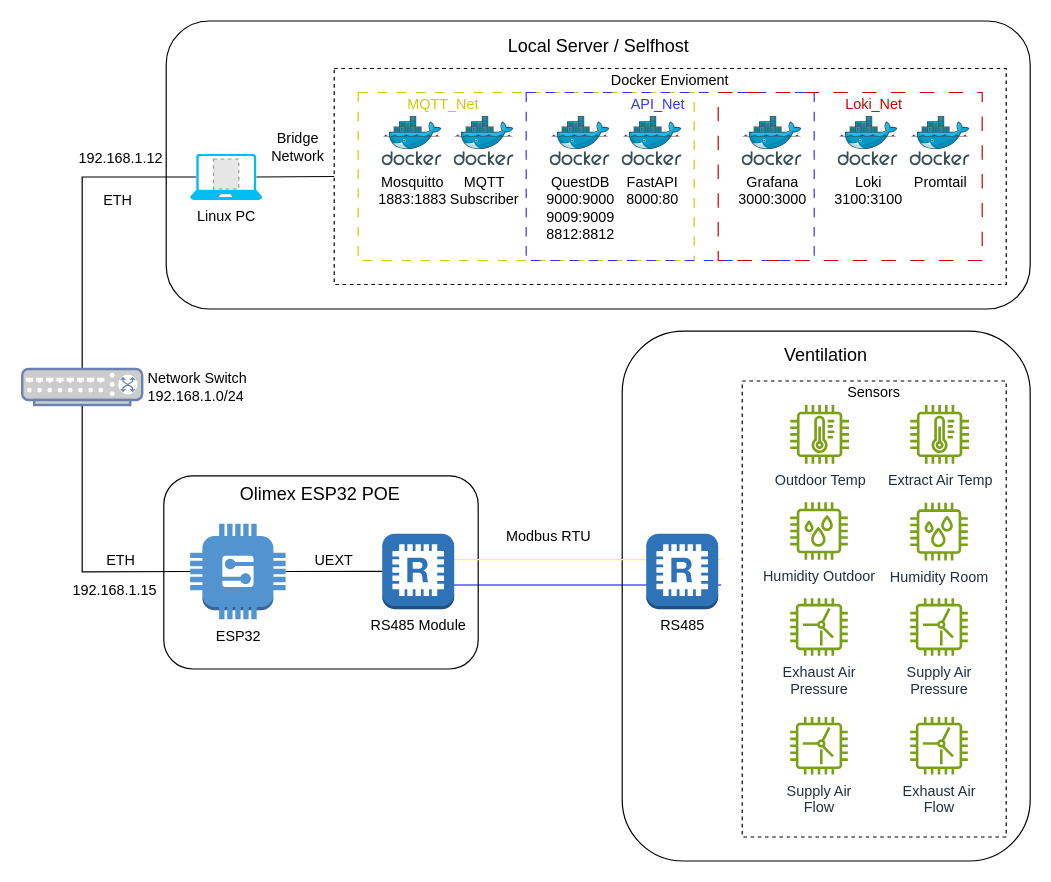
Earlier version of the draw.io diagram diagrams/Topologi.drawio (Casperarild/grupp5_7_3Semester). Source tidied: cells renumbered, new cells numbered last; positions are measured from the earlier drawing's top-left corner, leaving out a move shared by most shapes. Both pictures are drawn from the tidied source at 120%, with x=0, y=0 at pixel (22, 20). Pictures stored in the file or linked from it are replaced by grey dashed boxes.
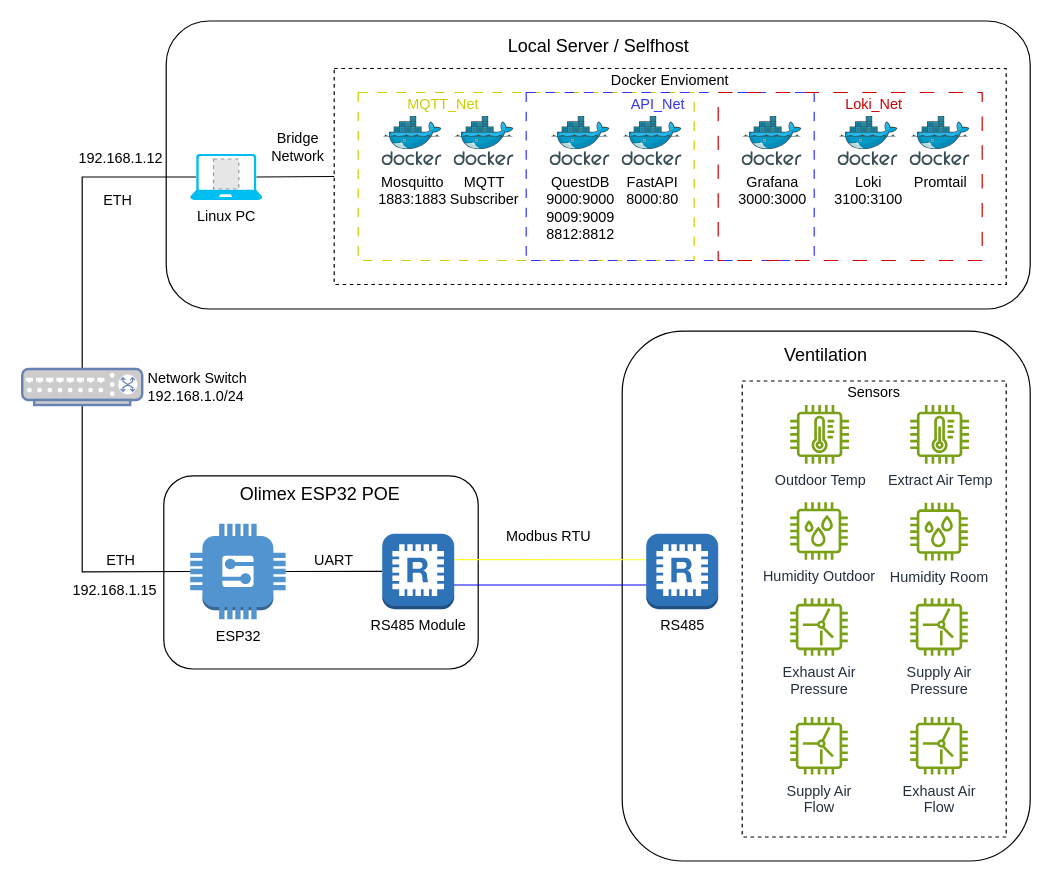
The same page after the edit.

The change refers to these unchanged cells:
```xml
<mxCell id="42" value="RS485" style="outlineConnect=0;dashed=0;verticalLabelPosition=bottom;verticalAlign=top;align=center;html=1;shape=mxgraph.aws3.redis;fillColor=#2E73B8;gradientColor=none;" parent="1" vertex="1">
  <mxGeometry x="520" y="427.2" width="60" height="63" as="geometry" />
</mxCell>
```

The edit, as a diff of the source:
```diff
@@
-    <mxCell id="39" style="endArrow=none;html=1;rounded=0;entryX=0.05;entryY=0.05;entryDx=0;entryDy=0;entryPerimeter=0;exitX=0.95;exitY=0.05;exitDx=0;exitDy=0;exitPerimeter=0;strokeColor=#FFFF33;" parent="1" edge="1">
+    <mxCell id="39" style="endArrow=none;html=1;rounded=0;entryX=0.483;entryY=0.345;entryDx=0;entryDy=0;entryPerimeter=0;exitX=0.95;exitY=0.05;exitDx=0;exitDy=0;exitPerimeter=0;strokeColor=#FFFF33;" parent="1" edge="1" target="42">
       <mxGeometry relative="1" as="geometry">
         <mxPoint x="359.5" y="448.8" as="sourcePoint" />
-        <mxPoint x="582.5" y="448.8" as="targetPoint" />
       </mxGeometry>
     </mxCell>
@@
-    <mxCell id="41" style="endArrow=none;html=1;rounded=0;entryX=0.05;entryY=0.95;entryDx=0;entryDy=0;entryPerimeter=0;exitX=0.95;exitY=0.95;exitDx=0;exitDy=0;exitPerimeter=0;strokeColor=#0000FF;" parent="1" edge="1">
+    <mxCell id="41" style="endArrow=none;html=1;rounded=0;entryX=0.583;entryY=0.679;entryDx=0;entryDy=0;entryPerimeter=0;exitX=0.95;exitY=0.95;exitDx=0;exitDy=0;exitPerimeter=0;strokeColor=#0000FF;" parent="1" edge="1" target="42">
       <mxGeometry relative="1" as="geometry">
         <mxPoint x="359.5" y="470" as="sourcePoint" />
-        <mxPoint x="582.5" y="470" as="targetPoint" />
       </mxGeometry>
     </mxCell>
@@
-    <mxCell id="50" value="UEXT" style="text;html=1;whiteSpace=wrap;strokeColor=none;fillColor=none;align=center;verticalAlign=middle;rounded=0;" parent="1" vertex="1">
+    <mxCell id="50" value="UART" style="text;html=1;whiteSpace=wrap;strokeColor=none;fillColor=none;align=center;verticalAlign=middle;rounded=0;" parent="1" vertex="1">
       <mxGeometry x="240" y="440" width="40" height="20" as="geometry" />
     </mxCell>
```
